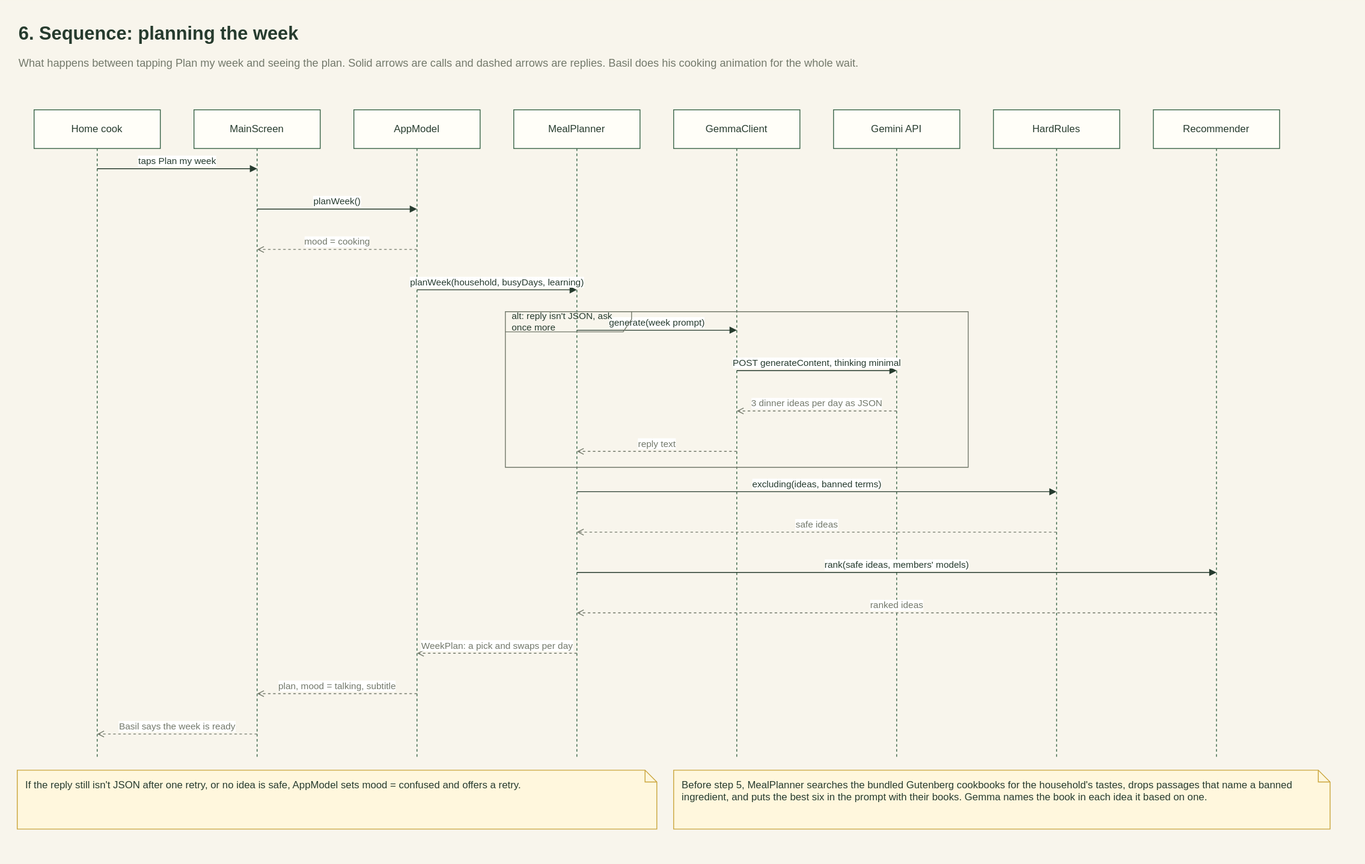
spheritual/yeschef keeps this draw.io diagram as docs/design/export/06-sequence-plan-my-week.svg. Above is the earlier version. Source tidied: cells renumbered, new cells last; positions are measured from the earlier drawing's top-left corner, leaving out a move shared by most shapes.
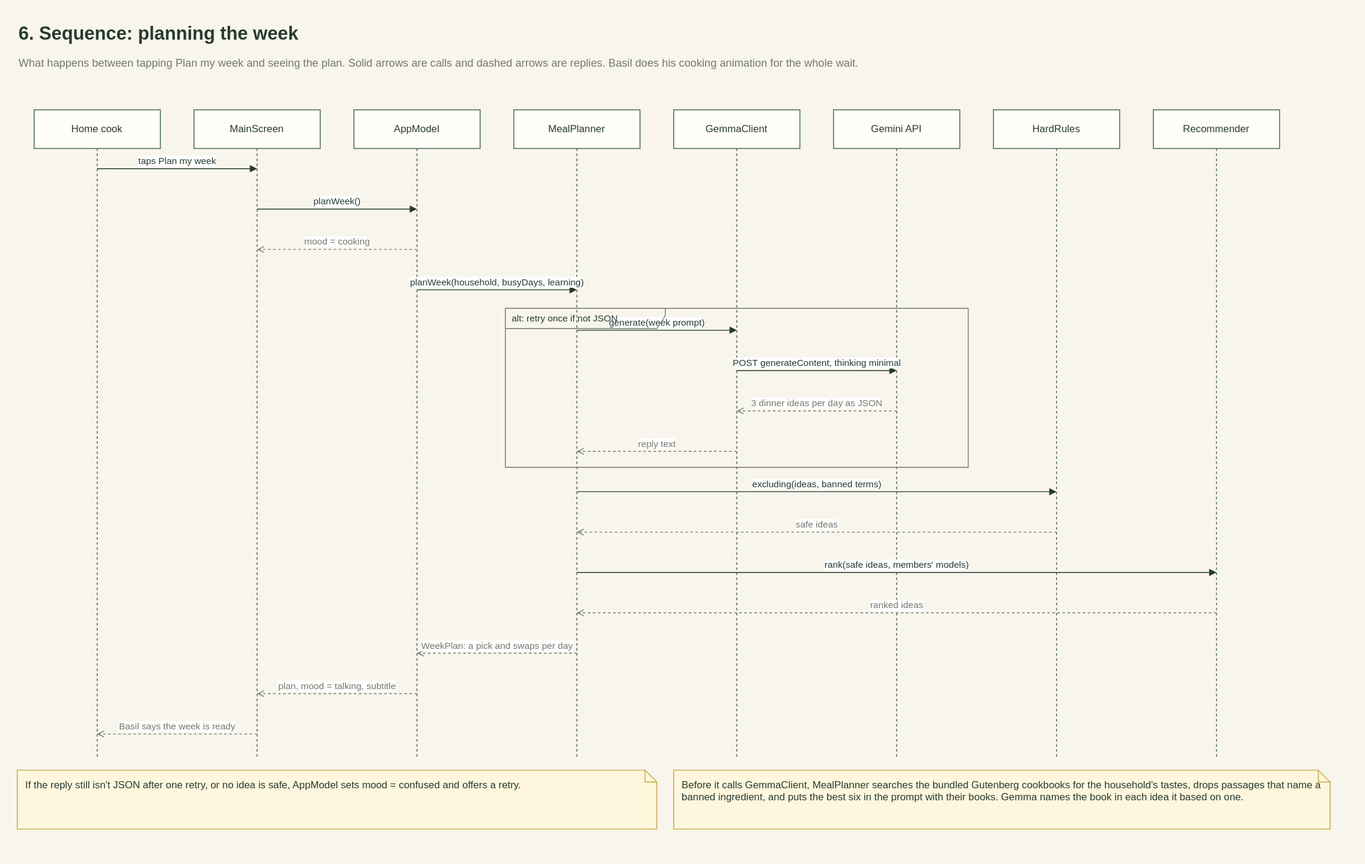
After the commit.

Commit message:
Fix the retry frame label and the cookbook note in the planning sequence

Diff of the diagram source:
```diff
@@ -122,13 +122,13 @@
         <mxPoint x="95" y="852" as="targetPoint" />
       </mxGeometry>
     </mxCell>
-    <mxCell id="27" value="alt: reply isn't JSON, ask once more" style="shape=umlFrame;html=1;whiteSpace=wrap;width=150;height=24;fillColor=none;strokeColor=#73796B;fontColor=#263B2E;fontSize=11;align=left;spacingLeft=6;" parent="1" vertex="1">
-      <mxGeometry x="580" y="350" width="550" height="185" as="geometry" />
+    <mxCell id="27" value="alt: retry once if not JSON" style="shape=umlFrame;html=1;whiteSpace=wrap;width=190;height=24;fillColor=none;strokeColor=#73796B;fontColor=#263B2E;fontSize=11;align=left;spacingLeft=6;" parent="1" vertex="1">
+      <mxGeometry x="580" y="346" width="550" height="189" as="geometry" />
     </mxCell>
     <mxCell id="28" value="If the reply still isn't JSON after one retry, or no idea is safe, AppModel sets mood = confused and offers a retry." style="shape=note;size=14;html=1;whiteSpace=wrap;align=left;verticalAlign=top;spacingLeft=8;spacingTop=4;fillColor=#FFF7DD;strokeColor=#C9A43A;fontColor=#263B2E;fontSize=12;" parent="1" vertex="1">
       <mxGeometry y="895" width="760" height="70" as="geometry" />
     </mxCell>
-    <mxCell id="29" value="Before step 5, MealPlanner searches the bundled Gutenberg cookbooks for the household's tastes, drops passages that name a banned ingredient, and puts the best six in the prompt with their books. Gemma names the book in each idea it based on one." style="shape=note;size=14;html=1;whiteSpace=wrap;align=left;verticalAlign=top;spacingLeft=8;spacingTop=4;fillColor=#FFF7DD;strokeColor=#C9A43A;fontColor=#263B2E;fontSize=12;" parent="1" vertex="1">
+    <mxCell id="29" value="Before it calls GemmaClient, MealPlanner searches the bundled Gutenberg cookbooks for the household's tastes, drops passages that name a banned ingredient, and puts the best six in the prompt with their books. Gemma names the book in each idea it based on one." style="shape=note;size=14;html=1;whiteSpace=wrap;align=left;verticalAlign=top;spacingLeft=8;spacingTop=4;fillColor=#FFF7DD;strokeColor=#C9A43A;fontColor=#263B2E;fontSize=12;" parent="1" vertex="1">
       <mxGeometry x="780" y="895" width="780" height="70" as="geometry" />
     </mxCell>
   </root>
```
